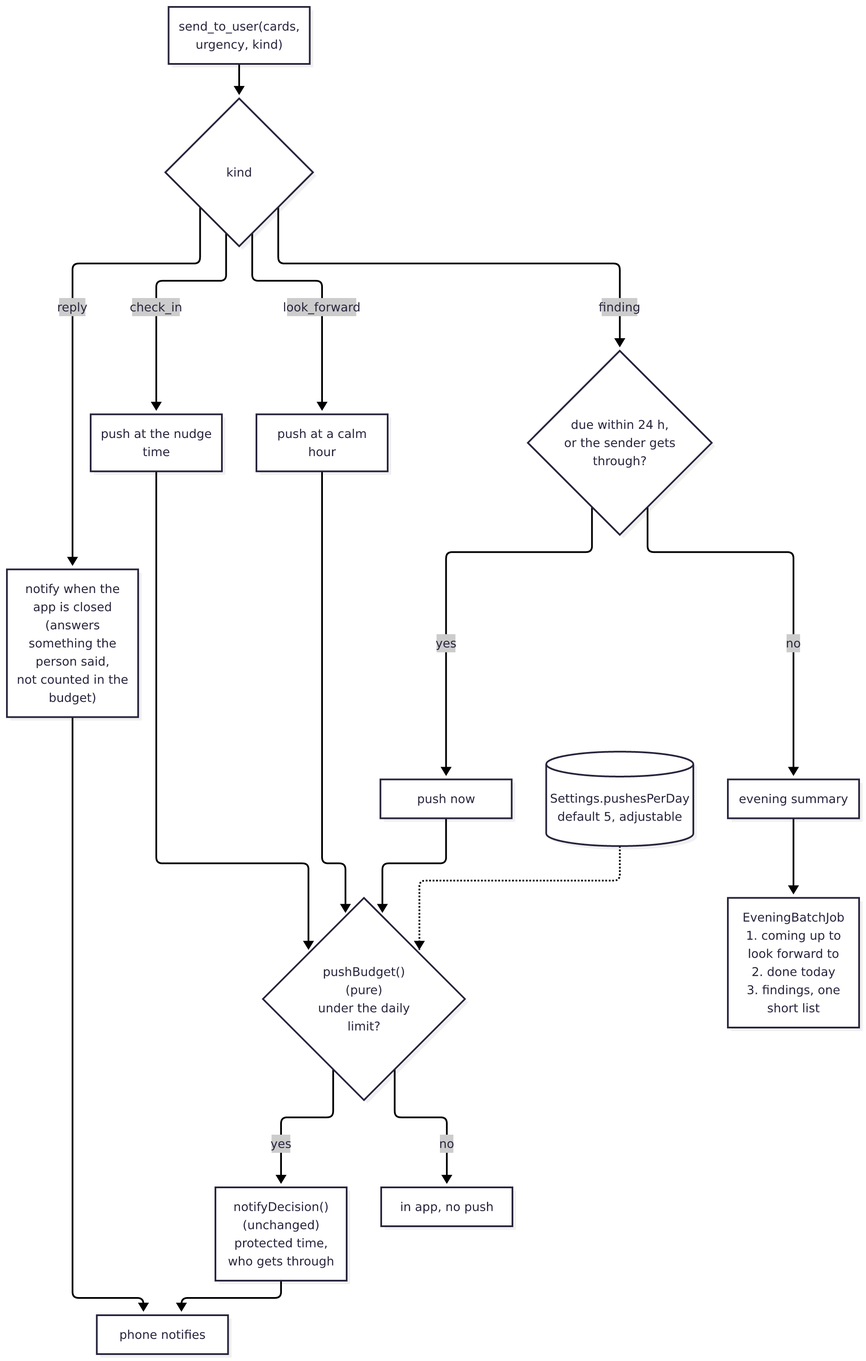
Earlier version of the Mermaid export diagrams/wellbeing/4-notify.png (robog-two/clarity). Its source is kept beside it as diagrams/wellbeing/4-notify.mmd.
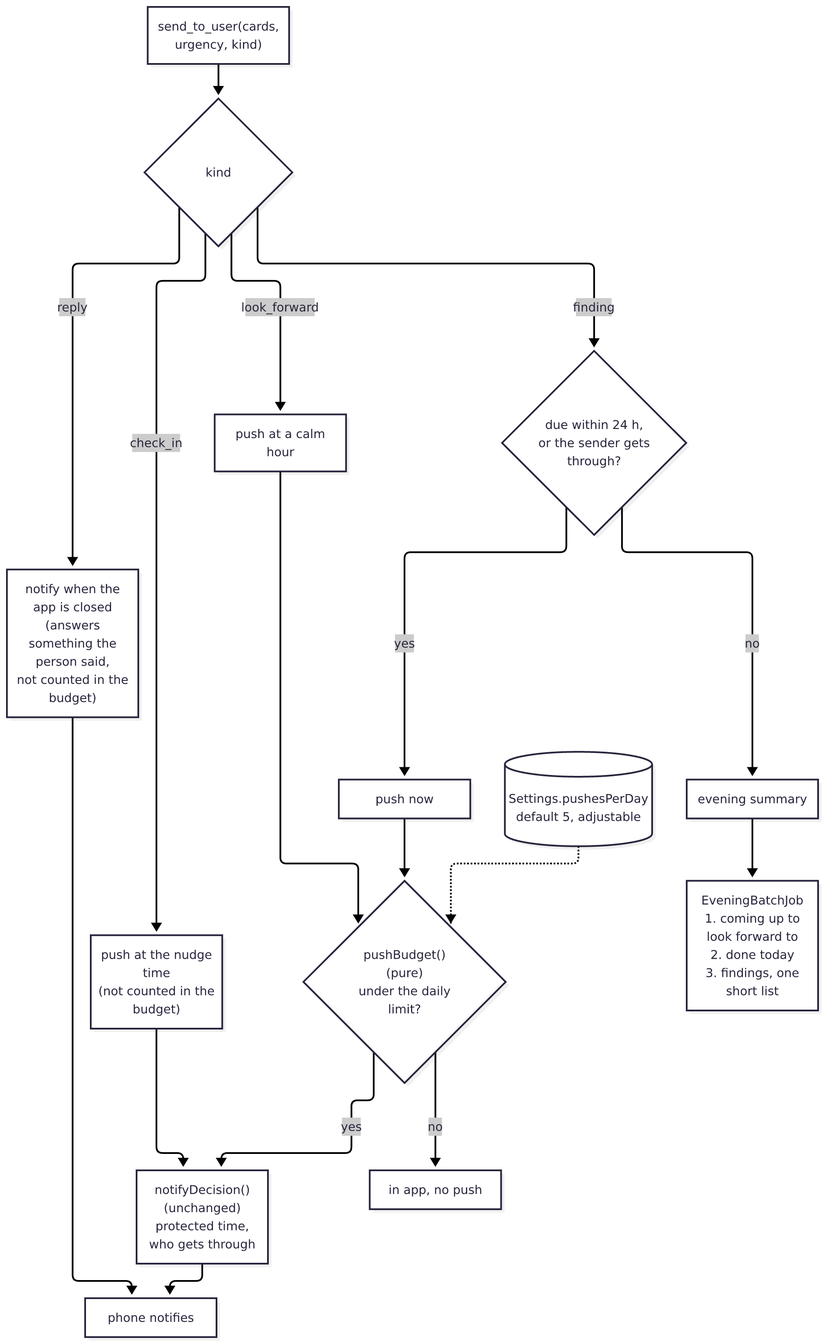
The same file after the commit.

Commit message:
Docs: check-ins skip the daily push limit

Claude-Session: https://claude.ai/code/session_01NgQqhHAwVmkcUr48UL6FVB

The edit, as a diff of the source:
```diff
@@ -1,14 +1,14 @@
 flowchart TD
   SEND["send_to_user(cards, urgency, kind)"] --> KIND{"kind"}
   KIND -->|reply| REPLY["notify when the app is closed<br/>(answers something the person said,<br/>not counted in the budget)"]
-  KIND -->|check_in| CHECK["push at the nudge time"]
+  KIND -->|check_in| CHECK["push at the nudge time<br/>(not counted in the budget)"]
   KIND -->|look_forward| LOOK["push at a calm hour"]
   KIND -->|finding| FIND{"due within 24 h,<br/>or the sender gets through?"}
   FIND -->|yes| NOW["push now"]
   FIND -->|no| BATCH["evening summary"]
 
-  CHECK --> BUDGET{"pushBudget() (pure)<br/>under the daily limit?"}
-  LOOK --> BUDGET
+  LOOK --> BUDGET{"pushBudget() (pure)<br/>under the daily limit?"}
+  CHECK --> POLICY
   NOW --> BUDGET
   BUDGET -->|yes| POLICY["notifyDecision() (unchanged)<br/>protected time, who gets through"]
   BUDGET -->|no| INAPP["in app, no push"]
```
